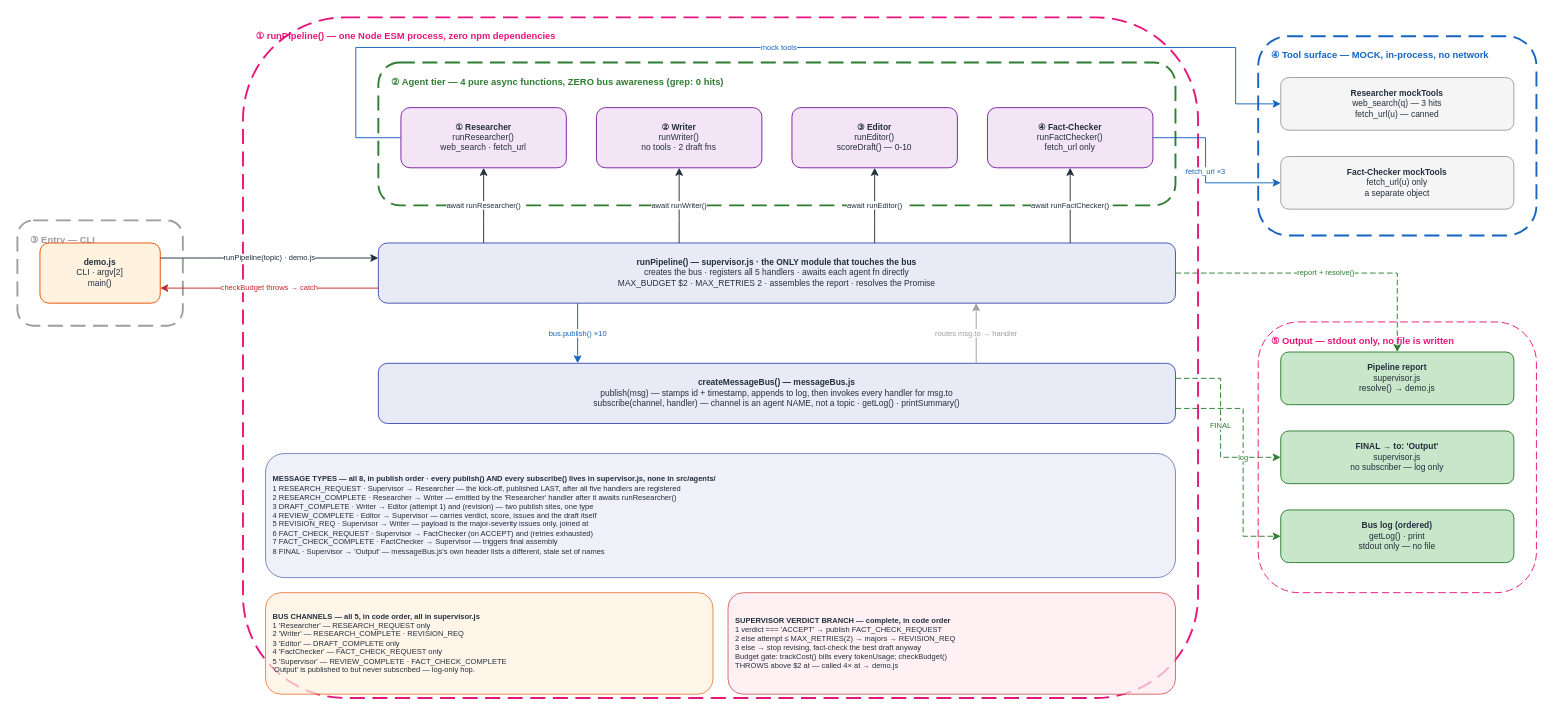
Before: docs/diagrams/multi_agent_v1/HOA_MultiAgent_v1.drawio in gmaheshraju/Hands-on-AgenticAI, a draw.io diagram. Source tidied: cells renumbered, new cells numbered last; positions are measured from the earlier drawing's top-left corner, leaving out a move shared by most shapes. Both pictures are drawn from the tidied source at 94%, with x=0, y=0 at pixel (17, 17).
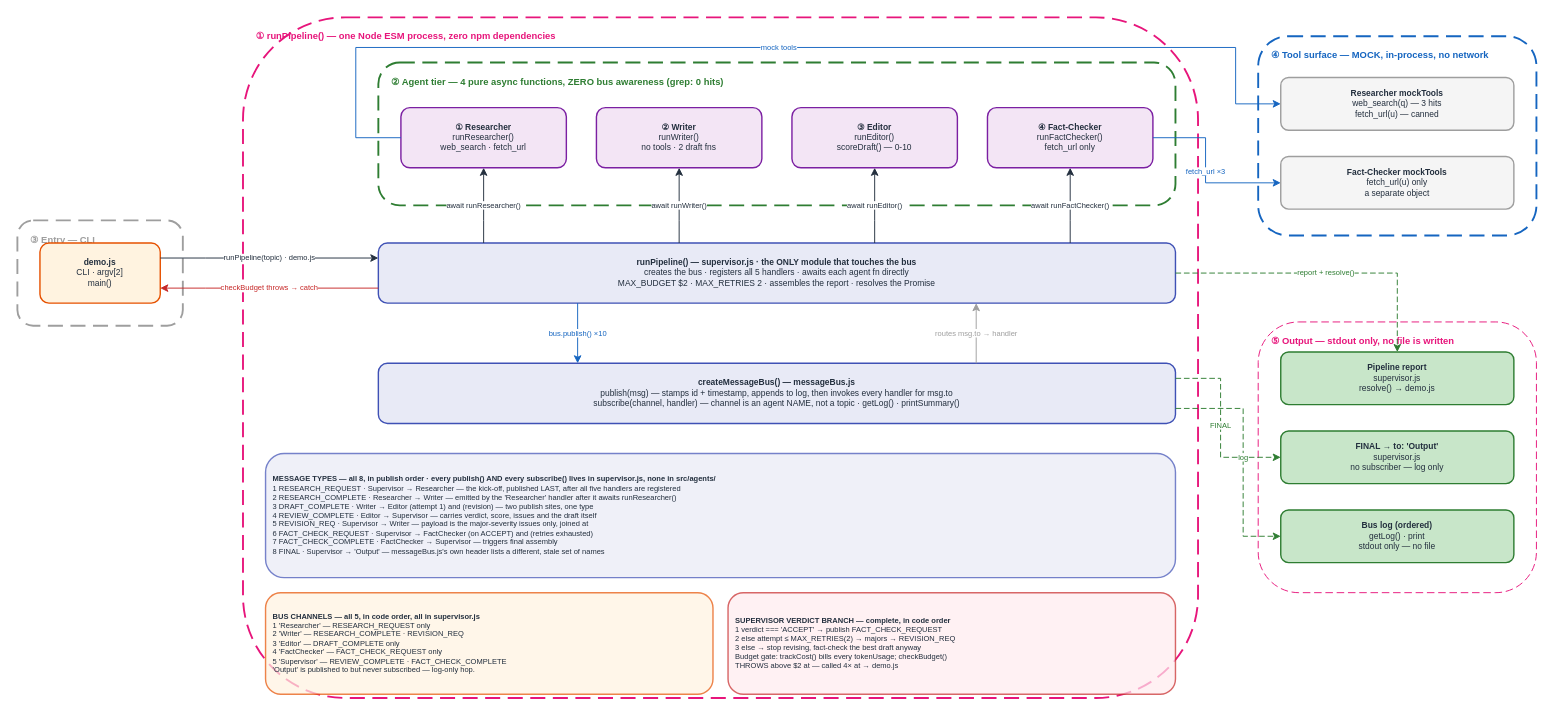
The same page after the edit.

The edit, as a diff of the source:
```diff
@@
-    <mxCell id="12" value="&lt;b&gt;demo.js&lt;/b&gt;&lt;br&gt;CLI · argv[2]&lt;br&gt;main()" style="rounded=1;fillColor=#FFF3E0;strokeColor=#E65100;fontSize=9;fontColor=#232F3E;html=1;whiteSpace=wrap;align=center;" parent="1" vertex="1">
+    <mxCell id="12" value="&lt;b&gt;demo.js&lt;/b&gt;&lt;br&gt;CLI · argv[2]&lt;br&gt;main()" style="rounded=1;fillColor=#FFF3E0;strokeColor=#E65100;strokeWidth=1.5;fontSize=9;fontColor=#232F3E;html=1;whiteSpace=wrap;align=center;" parent="1" vertex="1">
       <mxGeometry x="24" y="240" width="128" height="64" as="geometry" />
     </mxCell>
-    <mxCell id="13" value="&lt;b&gt;① Researcher&lt;/b&gt;&lt;br&gt;runResearcher()&lt;br&gt;web_search · fetch_url" style="rounded=1;fillColor=#F3E5F5;strokeColor=#7B1FA2;fontSize=9;fontColor=#232F3E;html=1;whiteSpace=wrap;align=center;" parent="1" vertex="1">
+    <mxCell id="13" value="&lt;b&gt;① Researcher&lt;/b&gt;&lt;br&gt;runResearcher()&lt;br&gt;web_search · fetch_url" style="rounded=1;fillColor=#F3E5F5;strokeColor=#7B1FA2;strokeWidth=1.5;fontSize=9;fontColor=#232F3E;html=1;whiteSpace=wrap;align=center;" parent="1" vertex="1">
       <mxGeometry x="408" y="96" width="176" height="64" as="geometry" />
     </mxCell>
-    <mxCell id="14" value="&lt;b&gt;② Writer&lt;/b&gt;&lt;br&gt;runWriter()&lt;br&gt;no tools · 2 draft fns" style="rounded=1;fillColor=#F3E5F5;strokeColor=#7B1FA2;fontSize=9;fontColor=#232F3E;html=1;whiteSpace=wrap;align=center;" parent="1" vertex="1">
+    <mxCell id="14" value="&lt;b&gt;② Writer&lt;/b&gt;&lt;br&gt;runWriter()&lt;br&gt;no tools · 2 draft fns" style="rounded=1;fillColor=#F3E5F5;strokeColor=#7B1FA2;strokeWidth=1.5;fontSize=9;fontColor=#232F3E;html=1;whiteSpace=wrap;align=center;" parent="1" vertex="1">
       <mxGeometry x="616" y="96" width="176" height="64" as="geometry" />
     </mxCell>
-    <mxCell id="15" value="&lt;b&gt;③ Editor&lt;/b&gt;&lt;br&gt;runEditor()&lt;br&gt;scoreDraft() — 0-10" style="rounded=1;fillColor=#F3E5F5;strokeColor=#7B1FA2;fontSize=9;fontColor=#232F3E;html=1;whiteSpace=wrap;align=center;" parent="1" vertex="1">
+    <mxCell id="15" value="&lt;b&gt;③ Editor&lt;/b&gt;&lt;br&gt;runEditor()&lt;br&gt;scoreDraft() — 0-10" style="rounded=1;fillColor=#F3E5F5;strokeColor=#7B1FA2;strokeWidth=1.5;fontSize=9;fontColor=#232F3E;html=1;whiteSpace=wrap;align=center;" parent="1" vertex="1">
       <mxGeometry x="824" y="96" width="176" height="64" as="geometry" />
     </mxCell>
-    <mxCell id="16" value="&lt;b&gt;④ Fact-Checker&lt;/b&gt;&lt;br&gt;runFactChecker()&lt;br&gt;fetch_url only" style="rounded=1;fillColor=#F3E5F5;strokeColor=#7B1FA2;fontSize=9;fontColor=#232F3E;html=1;whiteSpace=wrap;align=center;" parent="1" vertex="1">
+    <mxCell id="16" value="&lt;b&gt;④ Fact-Checker&lt;/b&gt;&lt;br&gt;runFactChecker()&lt;br&gt;fetch_url only" style="rounded=1;fillColor=#F3E5F5;strokeColor=#7B1FA2;strokeWidth=1.5;fontSize=9;fontColor=#232F3E;html=1;whiteSpace=wrap;align=center;" parent="1" vertex="1">
       <mxGeometry x="1032" y="96" width="176" height="64" as="geometry" />
     </mxCell>
-    <mxCell id="17" value="&lt;b&gt;runPipeline() — supervisor.js · the ONLY module that touches the bus&lt;/b&gt;&lt;br&gt;creates the bus · registers all 5 handlers · awaits each agent fn directly&lt;br&gt;MAX_BUDGET $2 · MAX_RETRIES 2 · assembles the report · resolves the Promise" style="rounded=1;fillColor=#E8EAF6;strokeColor=#3F51B5;fontSize=9;fontColor=#232F3E;html=1;whiteSpace=wrap;align=center;" parent="1" vertex="1">
+    <mxCell id="17" value="&lt;b&gt;runPipeline() — supervisor.js · the ONLY module that touches the bus&lt;/b&gt;&lt;br&gt;creates the bus · registers all 5 handlers · awaits each agent fn directly&lt;br&gt;MAX_BUDGET $2 · MAX_RETRIES 2 · assembles the report · resolves the Promise" style="rounded=1;fillColor=#E8EAF6;strokeColor=#3F51B5;strokeWidth=1.5;fontSize=9;fontColor=#232F3E;html=1;whiteSpace=wrap;align=center;" parent="1" vertex="1">
       <mxGeometry x="384" y="240" width="848" height="64" as="geometry" />
     </mxCell>
-    <mxCell id="18" value="&lt;b&gt;createMessageBus() — messageBus.js&lt;/b&gt;&lt;br&gt;publish(msg) — stamps id + timestamp, appends to log, then invokes every handler for msg.to&lt;br&gt;subscribe(channel, handler) — channel is an agent NAME, not a topic · getLog() · printSummary()" style="rounded=1;fillColor=#E8EAF6;strokeColor=#3F51B5;fontSize=9;fontColor=#232F3E;html=1;whiteSpace=wrap;align=center;" parent="1" vertex="1">
+    <mxCell id="18" value="&lt;b&gt;createMessageBus() — messageBus.js&lt;/b&gt;&lt;br&gt;publish(msg) — stamps id + timestamp, appends to log, then invokes every handler for msg.to&lt;br&gt;subscribe(channel, handler) — channel is an agent NAME, not a topic · getLog() · printSummary()" style="rounded=1;fillColor=#E8EAF6;strokeColor=#3F51B5;strokeWidth=1.5;fontSize=9;fontColor=#232F3E;html=1;whiteSpace=wrap;align=center;" parent="1" vertex="1">
       <mxGeometry x="384" y="368" width="848" height="64" as="geometry" />
     </mxCell>
-    <mxCell id="19" value="&lt;b&gt;Researcher mockTools&lt;/b&gt;&lt;br&gt;web_search(q) — 3 hits&lt;br&gt;fetch_url(u) — canned" style="rounded=1;fillColor=#F5F5F5;strokeColor=#9E9E9E;fontSize=9;fontColor=#232F3E;html=1;whiteSpace=wrap;align=center;" parent="1" vertex="1">
+    <mxCell id="19" value="&lt;b&gt;Researcher mockTools&lt;/b&gt;&lt;br&gt;web_search(q) — 3 hits&lt;br&gt;fetch_url(u) — canned" style="rounded=1;fillColor=#F5F5F5;strokeColor=#9E9E9E;strokeWidth=1.5;fontSize=9;fontColor=#232F3E;html=1;whiteSpace=wrap;align=center;" parent="1" vertex="1">
       <mxGeometry x="1344" y="64" width="248" height="56" as="geometry" />
     </mxCell>
-    <mxCell id="20" value="&lt;b&gt;Fact-Checker mockTools&lt;/b&gt;&lt;br&gt;fetch_url(u) only&lt;br&gt;a separate object" style="rounded=1;fillColor=#F5F5F5;strokeColor=#9E9E9E;fontSize=9;fontColor=#232F3E;html=1;whiteSpace=wrap;align=center;" parent="1" vertex="1">
+    <mxCell id="20" value="&lt;b&gt;Fact-Checker mockTools&lt;/b&gt;&lt;br&gt;fetch_url(u) only&lt;br&gt;a separate object" style="rounded=1;fillColor=#F5F5F5;strokeColor=#9E9E9E;strokeWidth=1.5;fontSize=9;fontColor=#232F3E;html=1;whiteSpace=wrap;align=center;" parent="1" vertex="1">
       <mxGeometry x="1344" y="148" width="248" height="56" as="geometry" />
     </mxCell>
-    <mxCell id="21" value="&lt;b&gt;Pipeline report&lt;/b&gt;&lt;br&gt;supervisor.js&lt;br&gt;resolve() → demo.js" style="rounded=1;fillColor=#C8E6C9;strokeColor=#2E7D32;fontSize=9;fontColor=#232F3E;html=1;whiteSpace=wrap;align=center;" parent="1" vertex="1">
+    <mxCell id="21" value="&lt;b&gt;Pipeline report&lt;/b&gt;&lt;br&gt;supervisor.js&lt;br&gt;resolve() → demo.js" style="rounded=1;fillColor=#C8E6C9;strokeColor=#2E7D32;strokeWidth=1.5;fontSize=9;fontColor=#232F3E;html=1;whiteSpace=wrap;align=center;" parent="1" vertex="1">
       <mxGeometry x="1344" y="356" width="248" height="56" as="geometry" />
     </mxCell>
-    <mxCell id="22" value="&lt;b&gt;FINAL → to: 'Output'&lt;/b&gt;&lt;br&gt;supervisor.js&lt;br&gt;no subscriber — log only" style="rounded=1;fillColor=#C8E6C9;strokeColor=#2E7D32;fontSize=9;fontColor=#232F3E;html=1;whiteSpace=wrap;align=center;" parent="1" vertex="1">
+    <mxCell id="22" value="&lt;b&gt;FINAL → to: 'Output'&lt;/b&gt;&lt;br&gt;supervisor.js&lt;br&gt;no subscriber — log only" style="rounded=1;fillColor=#C8E6C9;strokeColor=#2E7D32;strokeWidth=1.5;fontSize=9;fontColor=#232F3E;html=1;whiteSpace=wrap;align=center;" parent="1" vertex="1">
       <mxGeometry x="1344" y="440" width="248" height="56" as="geometry" />
     </mxCell>
-    <mxCell id="23" value="&lt;b&gt;Bus log (ordered)&lt;/b&gt;&lt;br&gt;getLog() · print&lt;br&gt;stdout only — no file" style="rounded=1;fillColor=#C8E6C9;strokeColor=#2E7D32;fontSize=9;fontColor=#232F3E;html=1;whiteSpace=wrap;align=center;" parent="1" vertex="1">
+    <mxCell id="23" value="&lt;b&gt;Bus log (ordered)&lt;/b&gt;&lt;br&gt;getLog() · print&lt;br&gt;stdout only — no file" style="rounded=1;fillColor=#C8E6C9;strokeColor=#2E7D32;strokeWidth=1.5;fontSize=9;fontColor=#232F3E;html=1;whiteSpace=wrap;align=center;" parent="1" vertex="1">
       <mxGeometry x="1344" y="524" width="248" height="56" as="geometry" />
     </mxCell>
-    <mxCell id="24" value="&lt;b&gt;MESSAGE TYPES — all 8, in publish order · every publish() AND every subscribe() lives in supervisor.js, none in src/agents/&lt;/b&gt;&lt;br&gt;1 RESEARCH_REQUEST · Supervisor → Researcher — the kick-off, published LAST, after all five handlers are registered&lt;br&gt;2 RESEARCH_COMPLETE · Researcher → Writer — emitted by the 'Researcher' handler after it awaits runResearcher()&lt;br&gt;3 DRAFT_COMPLETE · Writer → Editor (attempt 1) and (revision) — two publish sites, one type&lt;br&gt;4 REVIEW_COMPLETE · Editor → Supervisor — carries verdict, score, issues and the draft itself&lt;br&gt;5 REVISION_REQ · Supervisor → Writer — payload is the major-severity issues only, joined at&lt;br&gt;6 FACT_CHECK_REQUEST · Supervisor → FactChecker (on ACCEPT) and (retries exhausted)&lt;br&gt;7 FACT_CHECK_COMPLETE · FactChecker → Supervisor — triggers final assembly&lt;br&gt;8 FINAL · Supervisor → 'Output' — messageBus.js's own header lists a different, stale set of names" style="rounded=1;fillColor=#E8EAF6;strokeColor=#3F51B5;fontSize=8;fontColor=#232F3E;html=1;whiteSpace=wrap;align=left;spacingLeft=6;opacity=70;" parent="1" vertex="1">
+    <mxCell id="24" value="&lt;b&gt;MESSAGE TYPES — all 8, in publish order · every publish() AND every subscribe() lives in supervisor.js, none in src/agents/&lt;/b&gt;&lt;br&gt;1 RESEARCH_REQUEST · Supervisor → Researcher — the kick-off, published LAST, after all five handlers are registered&lt;br&gt;2 RESEARCH_COMPLETE · Researcher → Writer — emitted by the 'Researcher' handler after it awaits runResearcher()&lt;br&gt;3 DRAFT_COMPLETE · Writer → Editor (attempt 1) and (revision) — two publish sites, one type&lt;br&gt;4 REVIEW_COMPLETE · Editor → Supervisor — carries verdict, score, issues and the draft itself&lt;br&gt;5 REVISION_REQ · Supervisor → Writer — payload is the major-severity issues only, joined at&lt;br&gt;6 FACT_CHECK_REQUEST · Supervisor → FactChecker (on ACCEPT) and (retries exhausted)&lt;br&gt;7 FACT_CHECK_COMPLETE · FactChecker → Supervisor — triggers final assembly&lt;br&gt;8 FINAL · Supervisor → 'Output' — messageBus.js's own header lists a different, stale set of names" style="rounded=1;fillColor=#E8EAF6;strokeColor=#3F51B5;strokeWidth=1.5;fontSize=8;fontColor=#232F3E;html=1;whiteSpace=wrap;align=left;spacingLeft=6;opacity=70;" parent="1" vertex="1">
       <mxGeometry x="264" y="464" width="968" height="132" as="geometry" />
     </mxCell>
-    <mxCell id="25" value="&lt;b&gt;BUS CHANNELS — all 5, in code order, all in supervisor.js&lt;/b&gt;&lt;br&gt;1 'Researcher' — RESEARCH_REQUEST only&lt;br&gt;2 'Writer' — RESEARCH_COMPLETE · REVISION_REQ&lt;br&gt;3 'Editor' — DRAFT_COMPLETE only&lt;br&gt;4 'FactChecker' — FACT_CHECK_REQUEST only&lt;br&gt;5 'Supervisor' — REVIEW_COMPLETE · FACT_CHECK_COMPLETE&lt;br&gt;'Output' is published to but never subscribed — log-only hop." style="rounded=1;fillColor=#FFF3E0;strokeColor=#E65100;fontSize=8;fontColor=#232F3E;html=1;whiteSpace=wrap;align=left;spacingLeft=6;opacity=70;" parent="1" vertex="1">
+    <mxCell id="25" value="&lt;b&gt;BUS CHANNELS — all 5, in code order, all in supervisor.js&lt;/b&gt;&lt;br&gt;1 'Researcher' — RESEARCH_REQUEST only&lt;br&gt;2 'Writer' — RESEARCH_COMPLETE · REVISION_REQ&lt;br&gt;3 'Editor' — DRAFT_COMPLETE only&lt;br&gt;4 'FactChecker' — FACT_CHECK_REQUEST only&lt;br&gt;5 'Supervisor' — REVIEW_COMPLETE · FACT_CHECK_COMPLETE&lt;br&gt;'Output' is published to but never subscribed — log-only hop." style="rounded=1;fillColor=#FFF3E0;strokeColor=#E65100;strokeWidth=1.5;fontSize=8;fontColor=#232F3E;html=1;whiteSpace=wrap;align=left;spacingLeft=6;opacity=70;" parent="1" vertex="1">
       <mxGeometry x="264" y="612" width="476" height="108" as="geometry" />
     </mxCell>
-    <mxCell id="26" value="&lt;b&gt;SUPERVISOR VERDICT BRANCH — complete, in code order&lt;/b&gt;&lt;br&gt;1 verdict === 'ACCEPT' → publish FACT_CHECK_REQUEST&lt;br&gt;2 else attempt ≤ MAX_RETRIES(2) → majors → REVISION_REQ&lt;br&gt;3 else → stop revising, fact-check the best draft anyway&lt;br&gt;Budget gate: trackCost() bills every tokenUsage; checkBudget()&lt;br&gt;THROWS above $2 at — called 4× at → demo.js" style="rounded=1;fillColor=#FFEBEE;strokeColor=#C62828;fontSize=8;fontColor=#232F3E;html=1;whiteSpace=wrap;align=left;spacingLeft=6;opacity=70;" parent="1" vertex="1">
+    <mxCell id="26" value="&lt;b&gt;SUPERVISOR VERDICT BRANCH — complete, in code order&lt;/b&gt;&lt;br&gt;1 verdict === 'ACCEPT' → publish FACT_CHECK_REQUEST&lt;br&gt;2 else attempt ≤ MAX_RETRIES(2) → majors → REVISION_REQ&lt;br&gt;3 else → stop revising, fact-check the best draft anyway&lt;br&gt;Budget gate: trackCost() bills every tokenUsage; checkBudget()&lt;br&gt;THROWS above $2 at — called 4× at → demo.js" style="rounded=1;fillColor=#FFEBEE;strokeColor=#C62828;strokeWidth=1.5;fontSize=8;fontColor=#232F3E;html=1;whiteSpace=wrap;align=left;spacingLeft=6;opacity=70;" parent="1" vertex="1">
       <mxGeometry x="756" y="612" width="476" height="108" as="geometry" />
     </mxCell>
```
